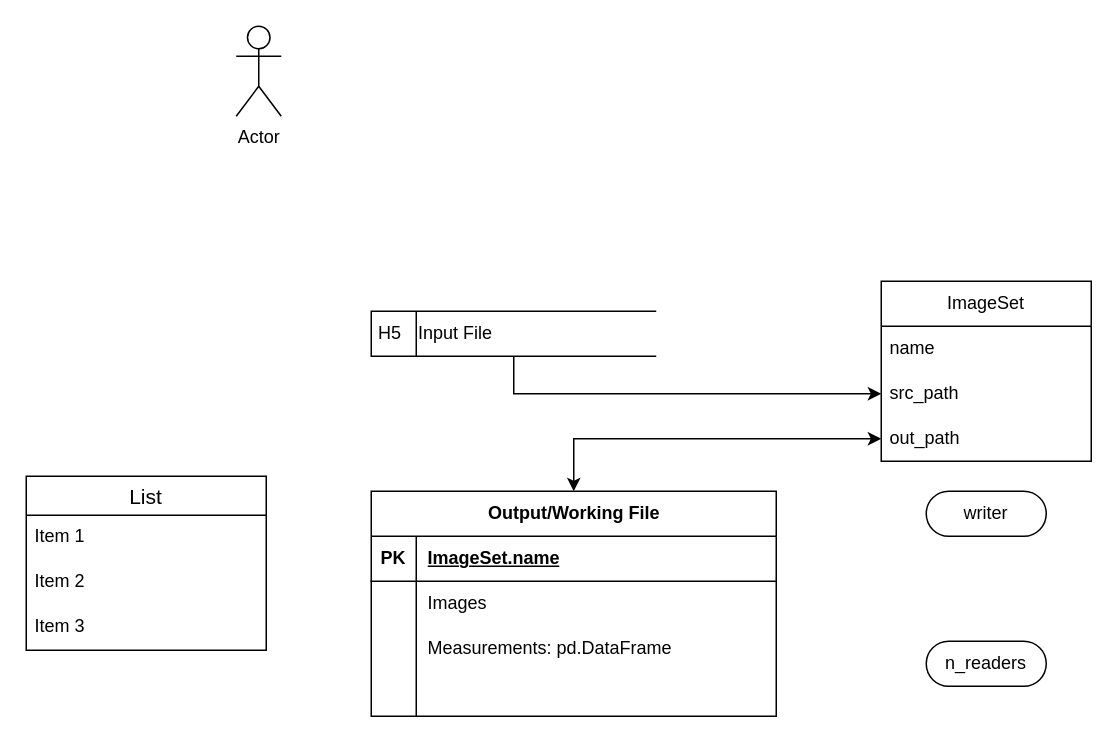
Earlier version of the draw.io diagram page "ImageSet Mechanics" (5 of 6) of docs/diagrams/Phenotypic-Diagrams.drawio (exfab/PhenoTypic). Source tidied: cells renumbered, new cells numbered last; positions are measured from the earlier drawing's top-left corner, leaving out a move shared by most shapes. Both pictures are drawn from the tidied source at 150%, with x=0, y=0 at pixel (26, 26).
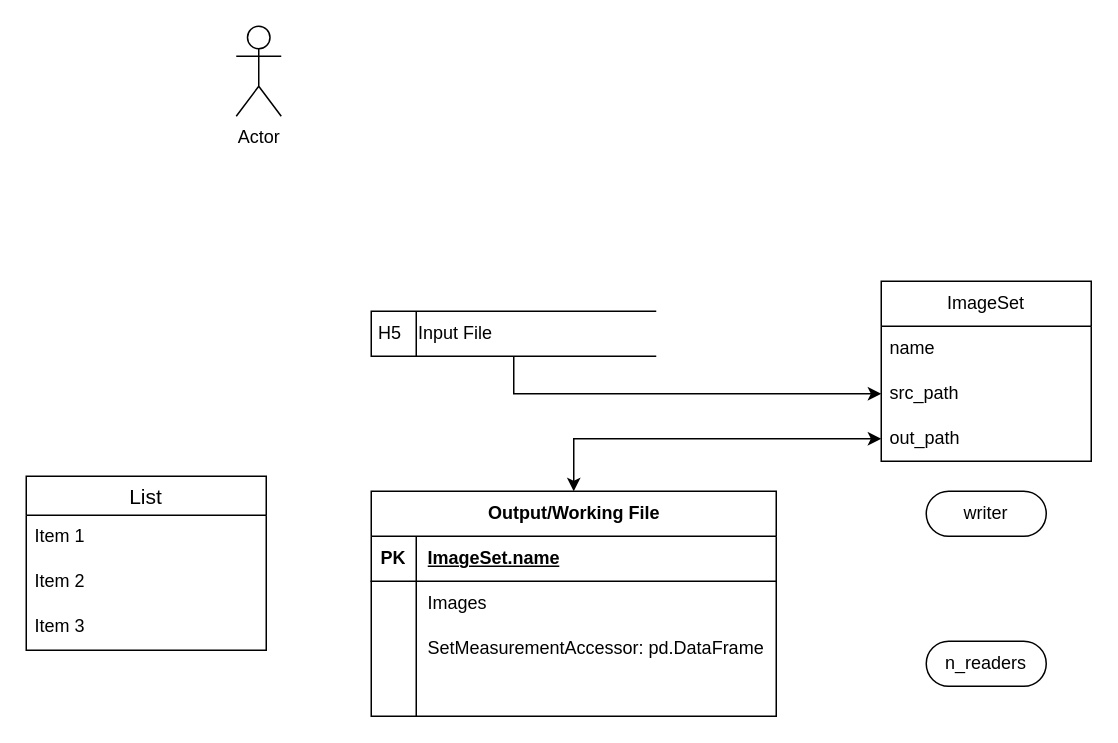
The same diagram, later.

Unchanged cells that the change refers to:
```xml
<mxCell id="16" style="shape=tableRow;horizontal=0;startSize=0;swimlaneHead=0;swimlaneBody=0;fillColor=none;top=0;left=0;right=0;bottom=0;" parent="9" vertex="1">
  <mxGeometry y="90" width="270" height="30" as="geometry" />
</mxCell>
```

Diff of the diagram source:
```diff
@@
-    <mxCell id="18" value="Measurements: pd.DataFrame" style="shape=partialRectangle;fillColor=none;top=0;left=0;bottom=0;right=0;align=left;spacingLeft=6;overflow=hidden;whiteSpace=wrap;html=1;" parent="16" vertex="1">
+    <mxCell id="18" value="SetMeasurementAccessor: pd.DataFrame" style="shape=partialRectangle;fillColor=none;top=0;left=0;bottom=0;right=0;align=left;spacingLeft=6;overflow=hidden;whiteSpace=wrap;html=1;" parent="16" vertex="1">
       <mxGeometry x="30" width="240" height="30" as="geometry" />
     </mxCell>
```
